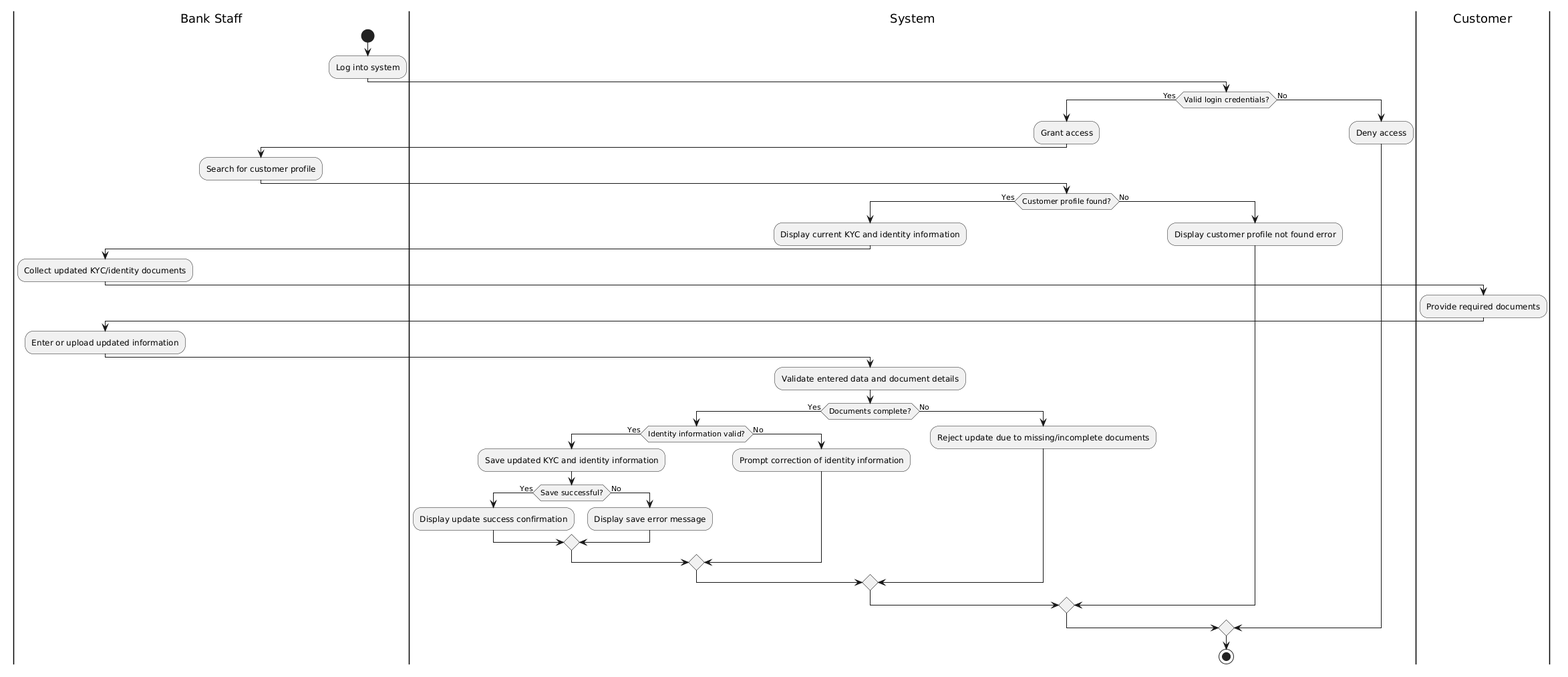
The PlantUML diagram Diagrams/Activity Diagrams/AC_AM6.png in erindkotobelli12/BankManagementSystem, before a commit.
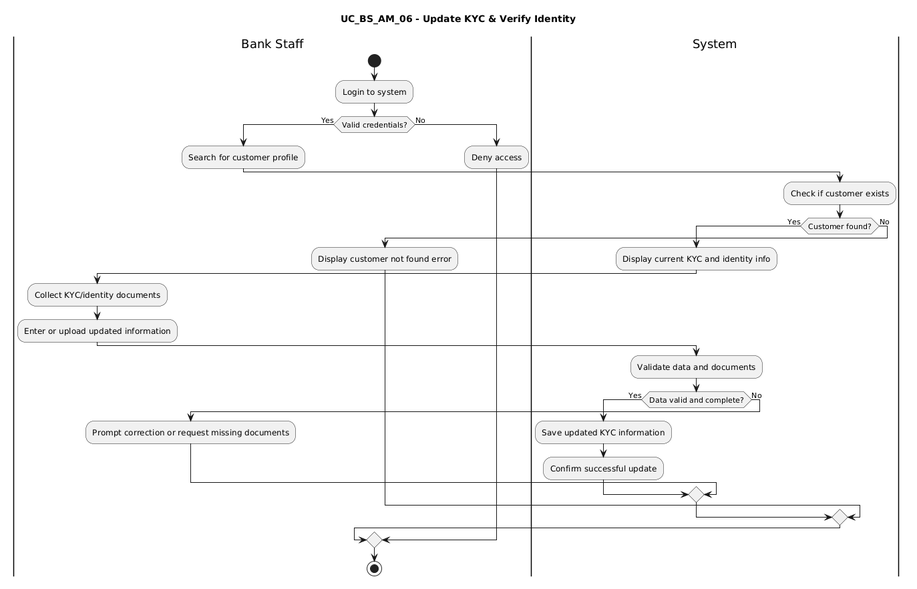
The same file after the commit.

What changed in the source:
```diff
@@ -1,51 +1,38 @@
 @startuml
+title UC_BS_AM_06 - Update KYC & Verify Identity
+
 |Bank Staff|
 start
-:Log into system;
+:Login to system;
 
-|System|
-if (Valid login credentials?) then (Yes)
-  :Grant access;
-
-  |Bank Staff|
+if (Valid credentials?) then (Yes)
   :Search for customer profile;
 
   |System|
-  if (Customer profile found?) then (Yes)
-    :Display current KYC and identity information;
+  :Check if customer exists;
+
+  if (Customer found?) then (Yes)
+
+    :Display current KYC and identity info;
 
     |Bank Staff|
-    :Collect updated KYC/identity documents;
-
-    |Customer|
-    :Provide required documents;
-
-    |Bank Staff|
+    :Collect KYC/identity documents;
     :Enter or upload updated information;
 
     |System|
-    :Validate entered data and document details;
+    :Validate data and documents;
 
-    if (Documents complete?) then (Yes)
-      if (Identity information valid?) then (Yes)
-        :Save updated KYC and identity information;
-
-        if (Save successful?) then (Yes)
-          :Display update success confirmation;
-        else (No)
-          :Display save error message;
-        endif
-
-      else (No)
-        :Prompt correction of identity information;
-      endif
-
+    if (Data valid and complete?) then (Yes)
+      :Save updated KYC information;
+      :Confirm successful update;
     else (No)
-      :Reject update due to missing/incomplete documents;
+      |Bank Staff|
+      :Prompt correction or request missing documents;
     endif
 
   else (No)
-    :Display customer profile not found error;
+    |Bank Staff|
+    :Display customer not found error;
   endif
 
 else (No)
```
